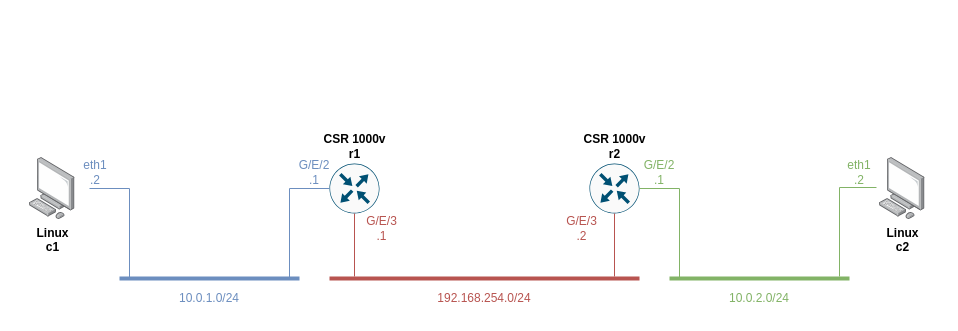
Before: img/topology.drawio in giros-dit/containerlab-telemetry-testbed, a draw.io diagram. Source tidied: cells renumbered, new cells numbered last; positions are measured from the earlier drawing's top-left corner, leaving out a move shared by most shapes. Both pictures are drawn from the tidied source at 100%, with x=0, y=0 at pixel (29, 157).
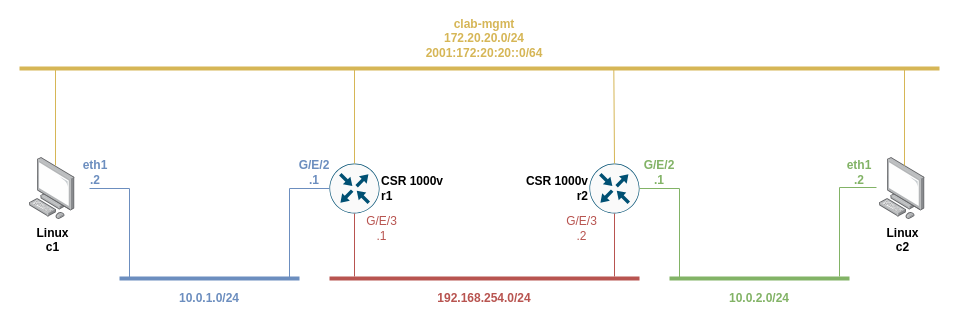
The same page after the edit.

Commit message (it also covers changes not shown here):
Update topology diagram

The edit, as a diff of the source:
```diff
@@
-    <mxCell id="2" value="CSR 1000v&lt;br&gt;r1" style="sketch=0;points=[[0.5,0,0],[1,0.5,0],[0.5,1,0],[0,0.5,0],[0.145,0.145,0],[0.8555,0.145,0],[0.855,0.8555,0],[0.145,0.855,0]];verticalLabelPosition=top;html=1;verticalAlign=bottom;align=center;shape=mxgraph.cisco19.rect;prIcon=router;fillColor=#FAFAFA;strokeColor=#005073;labelPosition=center;fontStyle=1;" parent="1" vertex="1">
+    <mxCell id="2" value="CSR 1000v&lt;br&gt;r1" style="sketch=0;points=[[0.5,0,0],[1,0.5,0],[0.5,1,0],[0,0.5,0],[0.145,0.145,0],[0.8555,0.145,0],[0.855,0.8555,0],[0.145,0.855,0]];verticalLabelPosition=middle;html=1;verticalAlign=middle;align=left;shape=mxgraph.cisco19.rect;prIcon=router;fillColor=#FAFAFA;strokeColor=#005073;labelPosition=right;fontStyle=1;" parent="1" vertex="1">
       <mxGeometry x="300" y="6" width="50" height="50" as="geometry" />
     </mxCell>
-    <mxCell id="3" value="CSR 1000v&lt;br&gt;r2" style="sketch=0;points=[[0.5,0,0],[1,0.5,0],[0.5,1,0],[0,0.5,0],[0.145,0.145,0],[0.8555,0.145,0],[0.855,0.8555,0],[0.145,0.855,0]];verticalLabelPosition=top;html=1;verticalAlign=bottom;align=center;shape=mxgraph.cisco19.rect;prIcon=router;fillColor=#FAFAFA;strokeColor=#005073;labelPosition=center;fontStyle=1;" parent="1" vertex="1">
+    <mxCell id="3" value="CSR 1000v&lt;br&gt;r2" style="sketch=0;points=[[0.5,0,0],[1,0.5,0],[0.5,1,0],[0,0.5,0],[0.145,0.145,0],[0.8555,0.145,0],[0.855,0.8555,0],[0.145,0.855,0]];verticalLabelPosition=middle;html=1;verticalAlign=middle;align=right;shape=mxgraph.cisco19.rect;prIcon=router;fillColor=#FAFAFA;strokeColor=#005073;labelPosition=left;fontStyle=1;" parent="1" vertex="1">
       <mxGeometry x="560" y="6" width="50" height="50" as="geometry" />
     </mxCell>
@@
-    <mxCell id="10" value="192.168.254.0/24" style="text;html=1;strokeColor=none;fillColor=none;align=center;verticalAlign=middle;whiteSpace=wrap;rounded=0;fontColor=#B85450;" parent="1" vertex="1">
+    <mxCell id="10" value="192.168.254.0/24" style="text;html=1;strokeColor=none;fillColor=none;align=center;verticalAlign=middle;whiteSpace=wrap;rounded=0;fontColor=#B85450;fontStyle=1;" parent="1" vertex="1">
       <mxGeometry x="405" y="126" width="100" height="30" as="geometry" />
     </mxCell>
@@
-    <mxCell id="13" value="10.0.1.0/24" style="text;html=1;strokeColor=none;fillColor=none;align=center;verticalAlign=middle;whiteSpace=wrap;rounded=0;fontColor=#6C8EBF;" parent="1" vertex="1">
+    <mxCell id="13" value="10.0.1.0/24" style="text;html=1;strokeColor=none;fillColor=none;align=center;verticalAlign=middle;whiteSpace=wrap;rounded=0;fontColor=#6C8EBF;fontStyle=1;" parent="1" vertex="1">
       <mxGeometry x="150" y="126" width="60" height="30" as="geometry" />
     </mxCell>
-    <mxCell id="14" value="G/E/2&lt;br&gt;.1" style="text;html=1;strokeColor=none;fillColor=none;align=center;verticalAlign=middle;whiteSpace=wrap;rounded=0;fontColor=#6C8EBF;" parent="1" vertex="1">
+    <mxCell id="14" value="G/E/2&lt;br&gt;.1" style="text;html=1;strokeColor=none;fillColor=none;align=center;verticalAlign=middle;whiteSpace=wrap;rounded=0;fontColor=#6C8EBF;fontStyle=1;" parent="1" vertex="1">
       <mxGeometry x="270" y="0.1" width="30" height="30" as="geometry" />
     </mxCell>
@@
-    <mxCell id="17" value="eth1&lt;br&gt;.2" style="text;html=1;strokeColor=none;fillColor=none;align=center;verticalAlign=middle;whiteSpace=wrap;rounded=0;fontColor=#6C8EBF;" parent="1" vertex="1">
+    <mxCell id="17" value="eth1&lt;br&gt;.2" style="text;html=1;strokeColor=none;fillColor=none;align=center;verticalAlign=middle;whiteSpace=wrap;rounded=0;fontColor=#6C8EBF;fontStyle=1;" parent="1" vertex="1">
       <mxGeometry x="55.6" y="0.1" width="20" height="30" as="geometry" />
     </mxCell>
@@
-    <mxCell id="19" value="10.0.2.0/24" style="text;html=1;strokeColor=none;fillColor=none;align=center;verticalAlign=middle;whiteSpace=wrap;rounded=0;fontColor=#82B366;" parent="1" vertex="1">
+    <mxCell id="19" value="10.0.2.0/24" style="text;html=1;strokeColor=none;fillColor=none;align=center;verticalAlign=middle;whiteSpace=wrap;rounded=0;fontColor=#82B366;fontStyle=1;" parent="1" vertex="1">
       <mxGeometry x="700" y="126" width="60" height="30" as="geometry" />
     </mxCell>
-    <mxCell id="20" value="G/E/2&lt;br&gt;.1" style="text;html=1;strokeColor=none;fillColor=none;align=center;verticalAlign=middle;whiteSpace=wrap;rounded=0;fontColor=#82B366;" parent="1" vertex="1">
+    <mxCell id="20" value="G/E/2&lt;br&gt;.1" style="text;html=1;strokeColor=none;fillColor=none;align=center;verticalAlign=middle;whiteSpace=wrap;rounded=0;fontColor=#82B366;fontStyle=1;" parent="1" vertex="1">
       <mxGeometry x="610" y="0.1" width="40" height="30" as="geometry" />
     </mxCell>
-    <mxCell id="21" value="eth1&lt;br&gt;.2" style="text;html=1;strokeColor=none;fillColor=none;align=center;verticalAlign=middle;whiteSpace=wrap;rounded=0;fontColor=#82B366;" parent="1" vertex="1">
+    <mxCell id="21" value="eth1&lt;br&gt;.2" style="text;html=1;strokeColor=none;fillColor=none;align=center;verticalAlign=middle;whiteSpace=wrap;rounded=0;fontColor=#82B366;fontStyle=1;" parent="1" vertex="1">
       <mxGeometry x="810" y="0.1" width="40" height="30" as="geometry" />
     </mxCell>
@@
+    <mxCell id="24" style="line;strokeWidth=4;html=1;perimeter=backbonePerimeter;points=[];outlineConnect=0;fillColor=#fff2cc;strokeColor=#d6b656;fontColor=#D6B656;" parent="1" vertex="1">
+      <mxGeometry x="-10" y="-94" width="920" height="10" as="geometry" />
+    </mxCell>
+    <mxCell id="25" value="clab-mgmt&lt;br&gt;172.20.20.0/24&lt;br&gt;2001:172:20:20::0/64" style="text;html=1;strokeColor=none;fillColor=none;align=center;verticalAlign=middle;whiteSpace=wrap;rounded=0;fontColor=#D6B656;fontStyle=1;" parent="1" vertex="1">
+      <mxGeometry x="425" y="-134" width="60" height="30" as="geometry" />
+    </mxCell>
+    <mxCell id="26" style="endArrow=none;html=1;rounded=0;fontColor=#D6B656;strokeColor=#D6B656;" parent="1" edge="1">
+      <mxGeometry relative="1" as="geometry">
+        <mxPoint x="26" y="8" as="sourcePoint" />
+        <mxPoint x="26" y="-89" as="targetPoint" />
+      </mxGeometry>
+    </mxCell>
+    <mxCell id="27" style="endArrow=none;html=1;rounded=0;fontColor=#D6B656;strokeColor=#D6B656;exitX=0.5;exitY=0;exitDx=0;exitDy=0;exitPerimeter=0;" parent="1" edge="1" source="2">
+      <mxGeometry relative="1" as="geometry">
+        <mxPoint x="325" y="-89" as="targetPoint" />
+      </mxGeometry>
+    </mxCell>
+    <mxCell id="28" style="endArrow=none;html=1;rounded=0;fontColor=#D6B656;strokeColor=#D6B656;" parent="1" edge="1">
+      <mxGeometry relative="1" as="geometry">
+        <mxPoint x="875" y="8" as="sourcePoint" />
+        <mxPoint x="875" y="-89" as="targetPoint" />
+      </mxGeometry>
+    </mxCell>
+    <mxCell id="29" style="endArrow=none;html=1;rounded=0;fontColor=#D6B656;strokeColor=#D6B656;exitX=0.5;exitY=0;exitDx=0;exitDy=0;exitPerimeter=0;entryX=0.646;entryY=0.55;entryDx=0;entryDy=0;entryPerimeter=0;" parent="1" edge="1" source="3" target="24">
+      <mxGeometry relative="1" as="geometry" />
+    </mxCell>
```
